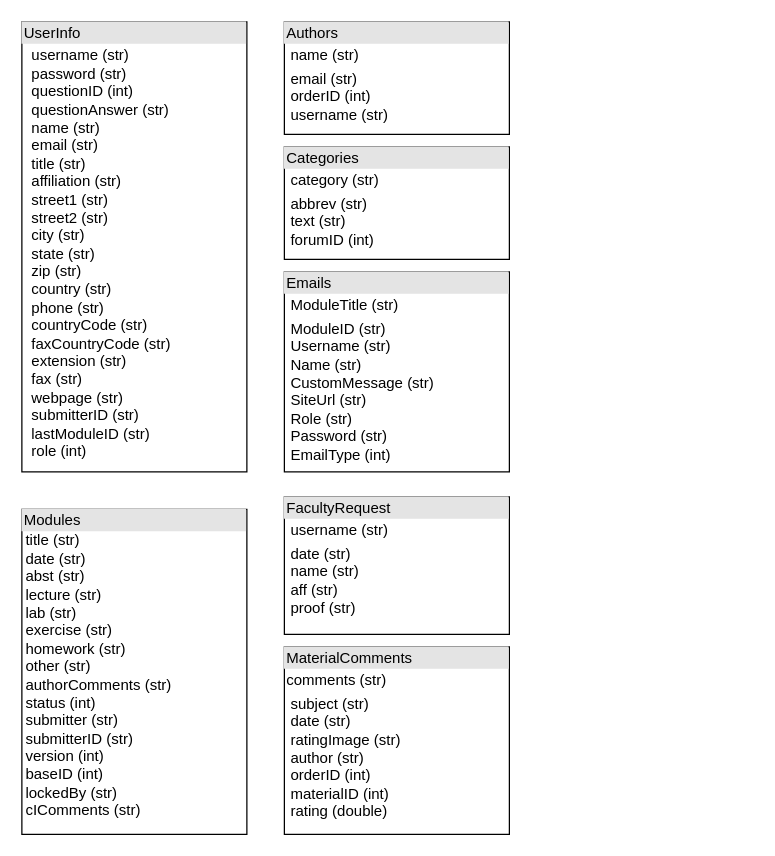
Earlier version of the draw.io diagram Untitled Diagram.drawio (colinfowler/about-me). Source tidied: cells renumbered, new cells numbered last; positions are measured from the earlier drawing's top-left corner, leaving out a move shared by most shapes. Both pictures are drawn from the tidied source at 125%, with x=0, y=0 at pixel (21, 21).
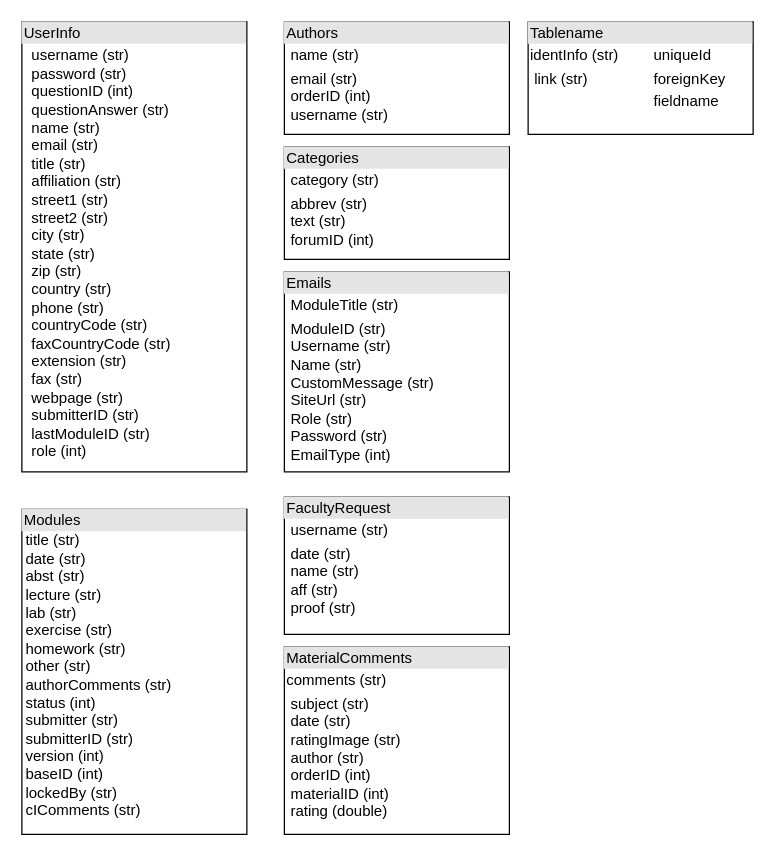
The same diagram, later.

Change to the diagram source:
```diff
@@
 <mxGraphModel>
   <root>
     <mxCell id="0" />
     <mxCell id="1" parent="0" />
     <mxCell id="2" value="&lt;div style=&quot;box-sizing: border-box ; width: 100% ; background: #e4e4e4 ; padding: 2px&quot;&gt;UserInfo&lt;/div&gt;&lt;table style=&quot;width: 100% ; font-size: 1em&quot; cellpadding=&quot;2&quot; cellspacing=&quot;0&quot;&gt;&lt;tbody&gt;&lt;tr&gt;&lt;td&gt;&lt;br&gt;&lt;br&gt;&lt;/td&gt;&lt;td&gt;username (str)&lt;br&gt;password (str)&lt;br&gt;questionID (int)&lt;br&gt;questionAnswer (str)&lt;br&gt;name (str)&lt;br&gt;email (str)&lt;br&gt;title (str)&lt;br&gt;affiliation (str)&lt;br&gt;street1 (str)&lt;br&gt;street2 (str)&lt;br&gt;city (str)&lt;br&gt;state (str)&lt;br&gt;zip (str)&lt;br&gt;country (str)&lt;br&gt;phone (str)&lt;br&gt;countryCode (str)&lt;br&gt;faxCountryCode (str)&lt;br&gt;extension (str)&lt;br&gt;fax (str)&lt;br&gt;webpage (str)&lt;br&gt;submitterID (str)&lt;br&gt;lastModuleID (str)&lt;br&gt;role (int)&lt;/td&gt;&lt;/tr&gt;&lt;tr&gt;&lt;td&gt;&lt;/td&gt;&lt;td&gt;&lt;br&gt;&lt;/td&gt;&lt;/tr&gt;&lt;/tbody&gt;&lt;/table&gt;" style="verticalAlign=top;align=left;overflow=fill;html=1;" parent="1" vertex="1">
       <mxGeometry width="180" height="360" as="geometry" />
     </mxCell>
     <mxCell id="3" value="&lt;div style=&quot;box-sizing: border-box ; width: 100% ; background: #e4e4e4 ; padding: 2px&quot;&gt;Modules&lt;/div&gt;&amp;nbsp;title (str)&lt;br&gt;&amp;nbsp;date (str)&lt;br&gt;&amp;nbsp;abst (str)&lt;br&gt;&amp;nbsp;lecture (str)&lt;br&gt;&amp;nbsp;lab (str)&lt;br&gt;&amp;nbsp;exercise (str)&lt;br&gt;&amp;nbsp;homework (str)&lt;br&gt;&amp;nbsp;other (str)&lt;br&gt;&amp;nbsp;authorComments (str)&lt;br&gt;&amp;nbsp;status (int)&lt;br&gt;&amp;nbsp;submitter (str)&lt;br&gt;&amp;nbsp;submitterID (str)&lt;br&gt;&amp;nbsp;version (int)&lt;br&gt;&amp;nbsp;baseID (int)&lt;br&gt;&amp;nbsp;lockedBy (str)&lt;br&gt;&amp;nbsp;cIComments (str)" style="verticalAlign=top;align=left;overflow=fill;html=1;" parent="1" vertex="1">
       <mxGeometry y="390" width="180" height="260" as="geometry" />
     </mxCell>
     <mxCell id="4" value="&lt;div style=&quot;box-sizing: border-box ; width: 100% ; background: #e4e4e4 ; padding: 2px&quot;&gt;Authors&lt;/div&gt;&lt;table style=&quot;width: 100% ; font-size: 1em&quot; cellpadding=&quot;2&quot; cellspacing=&quot;0&quot;&gt;&lt;tbody&gt;&lt;tr&gt;&lt;td&gt;&amp;nbsp;name (str)&lt;/td&gt;&lt;td&gt;&lt;br&gt;&lt;/td&gt;&lt;/tr&gt;&lt;tr&gt;&lt;td&gt;&amp;nbsp;email (str)&lt;br&gt;&amp;nbsp;orderID (int)&lt;br&gt;&amp;nbsp;username (str)&lt;/td&gt;&lt;td&gt;&lt;br&gt;&lt;/td&gt;&lt;/tr&gt;&lt;tr&gt;&lt;td&gt;&lt;/td&gt;&lt;td&gt;&lt;br&gt;&lt;/td&gt;&lt;/tr&gt;&lt;/tbody&gt;&lt;/table&gt;" style="verticalAlign=top;align=left;overflow=fill;html=1;" parent="1" vertex="1">
       <mxGeometry x="210" width="180" height="90" as="geometry" />
     </mxCell>
     <mxCell id="5" value="&lt;div style=&quot;box-sizing: border-box ; width: 100% ; background: #e4e4e4 ; padding: 2px&quot;&gt;Categories&lt;/div&gt;&lt;table style=&quot;width: 100% ; font-size: 1em&quot; cellpadding=&quot;2&quot; cellspacing=&quot;0&quot;&gt;&lt;tbody&gt;&lt;tr&gt;&lt;td&gt;&amp;nbsp;category (str)&lt;/td&gt;&lt;td&gt;&lt;br&gt;&lt;/td&gt;&lt;/tr&gt;&lt;tr&gt;&lt;td&gt;&amp;nbsp;abbrev (str)&lt;br&gt;&amp;nbsp;text (str)&lt;br&gt;&amp;nbsp;forumID (int)&lt;/td&gt;&lt;td&gt;&lt;br&gt;&lt;/td&gt;&lt;/tr&gt;&lt;tr&gt;&lt;td&gt;&lt;/td&gt;&lt;td&gt;&lt;br&gt;&lt;/td&gt;&lt;/tr&gt;&lt;/tbody&gt;&lt;/table&gt;" style="verticalAlign=top;align=left;overflow=fill;html=1;" parent="1" vertex="1">
       <mxGeometry x="210" y="100" width="180" height="90" as="geometry" />
     </mxCell>
     <mxCell id="6" value="&lt;div style=&quot;box-sizing: border-box ; width: 100% ; background: #e4e4e4 ; padding: 2px&quot;&gt;Emails&lt;/div&gt;&lt;table style=&quot;width: 100% ; font-size: 1em&quot; cellpadding=&quot;2&quot; cellspacing=&quot;0&quot;&gt;&lt;tbody&gt;&lt;tr&gt;&lt;td&gt;&amp;nbsp;ModuleTitle (str)&lt;/td&gt;&lt;td&gt;&lt;br&gt;&lt;/td&gt;&lt;/tr&gt;&lt;tr&gt;&lt;td&gt;&amp;nbsp;ModuleID (str)&lt;br&gt;&amp;nbsp;Username (str)&lt;br&gt;&amp;nbsp;Name (str)&lt;br&gt;&amp;nbsp;CustomMessage (str)&lt;br&gt;&amp;nbsp;SiteUrl (str)&lt;br&gt;&amp;nbsp;Role (str)&lt;br&gt;&amp;nbsp;Password (str)&lt;br&gt;&amp;nbsp;EmailType (int)&lt;/td&gt;&lt;td&gt;&lt;br&gt;&lt;/td&gt;&lt;/tr&gt;&lt;tr&gt;&lt;td&gt;&lt;/td&gt;&lt;td&gt;&lt;br&gt;&lt;/td&gt;&lt;/tr&gt;&lt;/tbody&gt;&lt;/table&gt;" style="verticalAlign=top;align=left;overflow=fill;html=1;" parent="1" vertex="1">
       <mxGeometry x="210" y="200" width="180" height="160" as="geometry" />
     </mxCell>
     <mxCell id="7" value="&lt;div style=&quot;box-sizing: border-box ; width: 100% ; background: #e4e4e4 ; padding: 2px&quot;&gt;FacultyRequest&lt;/div&gt;&lt;table style=&quot;width: 100% ; font-size: 1em&quot; cellpadding=&quot;2&quot; cellspacing=&quot;0&quot;&gt;&lt;tbody&gt;&lt;tr&gt;&lt;td&gt;&amp;nbsp;username (str)&lt;/td&gt;&lt;td&gt;&lt;br&gt;&lt;/td&gt;&lt;/tr&gt;&lt;tr&gt;&lt;td&gt;&amp;nbsp;date (str)&lt;br&gt;&amp;nbsp;name (str)&lt;br&gt;&amp;nbsp;aff (str)&lt;br&gt;&amp;nbsp;proof (str)&lt;/td&gt;&lt;td&gt;&lt;br&gt;&lt;/td&gt;&lt;/tr&gt;&lt;tr&gt;&lt;td&gt;&lt;/td&gt;&lt;td&gt;&lt;br&gt;&lt;/td&gt;&lt;/tr&gt;&lt;/tbody&gt;&lt;/table&gt;" style="verticalAlign=top;align=left;overflow=fill;html=1;" parent="1" vertex="1">
       <mxGeometry x="210" y="380" width="180" height="110" as="geometry" />
     </mxCell>
     <mxCell id="8" value="&lt;div style=&quot;box-sizing: border-box ; width: 100% ; background: #e4e4e4 ; padding: 2px&quot;&gt;MaterialComments&lt;/div&gt;&lt;table style=&quot;width: 100% ; font-size: 1em&quot; cellpadding=&quot;2&quot; cellspacing=&quot;0&quot;&gt;&lt;tbody&gt;&lt;tr&gt;&lt;td&gt;comments (str)&lt;/td&gt;&lt;td&gt;&lt;br&gt;&lt;/td&gt;&lt;/tr&gt;&lt;tr&gt;&lt;td&gt;&amp;nbsp;subject (str)&lt;br&gt;&amp;nbsp;date (str)&lt;br&gt;&amp;nbsp;ratingImage (str)&lt;br&gt;&amp;nbsp;author (str)&lt;br&gt;&amp;nbsp;orderID (int)&lt;br&gt;&amp;nbsp;materialID (int)&lt;br&gt;&amp;nbsp;rating (double)&lt;/td&gt;&lt;td&gt;&lt;br&gt;&lt;/td&gt;&lt;/tr&gt;&lt;tr&gt;&lt;td&gt;&lt;/td&gt;&lt;td&gt;&lt;br&gt;&lt;/td&gt;&lt;/tr&gt;&lt;/tbody&gt;&lt;/table&gt;" style="verticalAlign=top;align=left;overflow=fill;html=1;" parent="1" vertex="1">
       <mxGeometry x="210" y="500" width="180" height="150" as="geometry" />
     </mxCell>
+    <mxCell id="9" value="&lt;div style=&quot;box-sizing: border-box ; width: 100% ; background: #e4e4e4 ; padding: 2px&quot;&gt;Tablename&lt;/div&gt;&lt;table style=&quot;width: 100% ; font-size: 1em&quot; cellpadding=&quot;2&quot; cellspacing=&quot;0&quot;&gt;&lt;tbody&gt;&lt;tr&gt;&lt;td&gt;identInfo (str)&lt;/td&gt;&lt;td&gt;uniqueId&lt;/td&gt;&lt;/tr&gt;&lt;tr&gt;&lt;td&gt;&amp;nbsp;link (str)&lt;/td&gt;&lt;td&gt;foreignKey&lt;/td&gt;&lt;/tr&gt;&lt;tr&gt;&lt;td&gt;&lt;/td&gt;&lt;td&gt;fieldname&lt;/td&gt;&lt;/tr&gt;&lt;/tbody&gt;&lt;/table&gt;" style="verticalAlign=top;align=left;overflow=fill;html=1;" parent="1" vertex="1">
+      <mxGeometry x="405" width="180" height="90" as="geometry" />
+    </mxCell>
   </root>
 </mxGraphModel>
```
